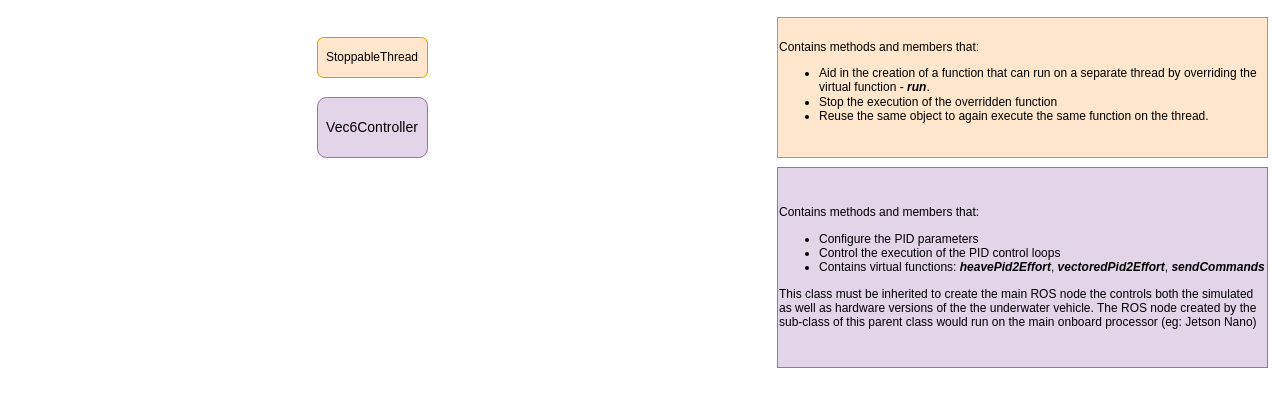
Earlier version of the draw.io diagram docs/uwv-simulator-structure.drawio (auvsociety/uwv-simulator). Source tidied: cells renumbered, new cells numbered last; positions are measured from the earlier drawing's top-left corner, leaving out a move shared by most shapes. Both pictures are drawn from the tidied source at 100%, with x=0, y=0 at pixel (317, 17).
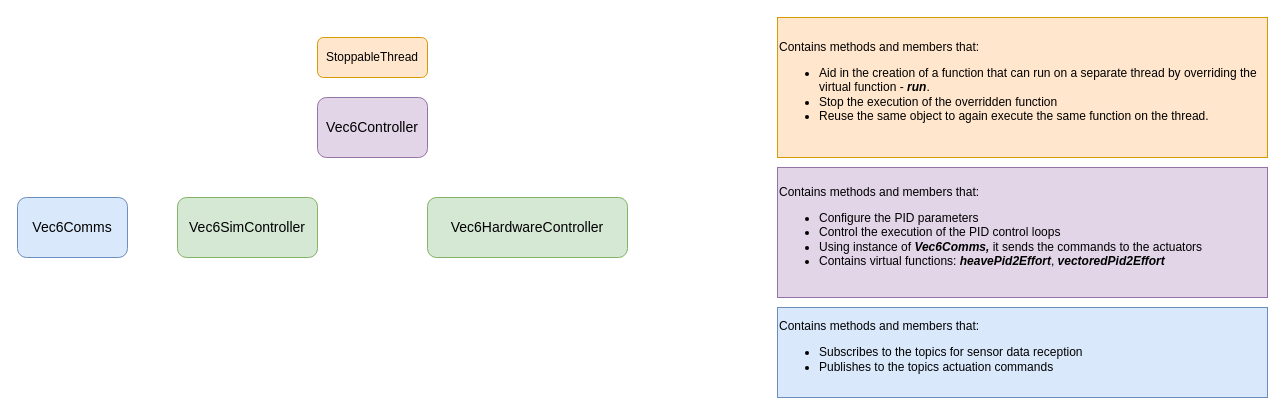
Above is the later version.

Commit message:
Updated vec6 class structure in docs

The source files are not updated with the new class structure yet.

What changed in the source:
```diff
@@
 <mxGraphModel>
   <root>
     <mxCell id="0" />
     <mxCell id="1" parent="0" />
     <mxCell id="2" value="StoppableThread" style="rounded=1;whiteSpace=wrap;html=1;fillColor=#ffe6cc;strokeColor=#d79b00;" parent="1" vertex="1">
       <mxGeometry y="20" width="110" height="40" as="geometry" />
     </mxCell>
     <mxCell id="3" value="&lt;font style=&quot;font-size: 14px&quot;&gt;Vec6Controller&lt;/font&gt;" style="rounded=1;whiteSpace=wrap;html=1;fillColor=#e1d5e7;strokeColor=#9673a6;" parent="1" vertex="1">
       <mxGeometry y="80" width="110" height="60" as="geometry" />
     </mxCell>
-    <mxCell id="4" value="Contains methods and members that:&lt;br&gt;&lt;ul&gt;&lt;li&gt;Configure the PID parameters&lt;/li&gt;&lt;li&gt;Control the execution of the PID control loops&lt;/li&gt;&lt;li&gt;Contains virtual functions: &lt;i style=&quot;font-weight: bold&quot;&gt;heavePid2Effort&lt;/i&gt;, &lt;i style=&quot;font-weight: bold&quot;&gt;vectoredPid2Effort&lt;/i&gt;, &lt;b&gt;&lt;i&gt;sendCommands&lt;/i&gt;&lt;/b&gt;&lt;/li&gt;&lt;/ul&gt;&lt;div&gt;This class must be inherited to create the main ROS node the controls both the simulated as well as hardware versions of the the underwater vehicle. The ROS node created by the sub-class of this parent class would run on the main onboard processor (eg: Jetson Nano)&lt;/div&gt;" style="rounded=0;whiteSpace=wrap;html=1;fillColor=#e1d5e7;strokeColor=#9673a6;align=left;" parent="1" vertex="1">
-      <mxGeometry x="460" y="150" width="490" height="200" as="geometry" />
+    <mxCell id="4" value="Contains methods and members that:&lt;br&gt;&lt;ul&gt;&lt;li&gt;Configure the PID parameters&lt;/li&gt;&lt;li&gt;Control the execution of the PID control loops&lt;/li&gt;&lt;li&gt;Using instance of&amp;nbsp;&lt;i style=&quot;font-weight: bold&quot;&gt;Vec6Comms, &lt;/i&gt;it&amp;nbsp;sends the commands to the actuators&lt;/li&gt;&lt;li&gt;Contains virtual functions: &lt;i style=&quot;font-weight: bold&quot;&gt;heavePid2Effort&lt;/i&gt;, &lt;i style=&quot;font-weight: bold&quot;&gt;vectoredPid2Effort&lt;/i&gt;&lt;/li&gt;&lt;/ul&gt;" style="rounded=0;whiteSpace=wrap;html=1;fillColor=#e1d5e7;strokeColor=#9673a6;align=left;" parent="1" vertex="1">
+      <mxGeometry x="460" y="150" width="490" height="130" as="geometry" />
     </mxCell>
     <mxCell id="5" value="Contains methods and members that:&lt;br&gt;&lt;ul&gt;&lt;li&gt;Aid in the creation of a function that can run on a separate thread by overriding the virtual function - &lt;i style=&quot;font-weight: bold&quot;&gt;run&lt;/i&gt;.&lt;/li&gt;&lt;li&gt;Stop the execution of the overridden function&lt;/li&gt;&lt;li&gt;Reuse the same object to again execute the same function on the thread.&lt;/li&gt;&lt;/ul&gt;" style="rounded=0;whiteSpace=wrap;html=1;fillColor=#ffe6cc;align=left;strokeColor=#d79b00;perimeterSpacing=2;" parent="1" vertex="1">
       <mxGeometry x="460" width="490" height="140" as="geometry" />
     </mxCell>
+    <mxCell id="6" value="&lt;font style=&quot;font-size: 14px&quot;&gt;Vec6Comms&lt;/font&gt;" style="rounded=1;whiteSpace=wrap;html=1;fillColor=#dae8fc;strokeColor=#6c8ebf;" parent="1" vertex="1">
+      <mxGeometry x="-300" y="180" width="110" height="60" as="geometry" />
+    </mxCell>
+    <mxCell id="7" value="Contains methods and members that:&lt;br&gt;&lt;ul&gt;&lt;li&gt;Subscribes to the topics for sensor data reception&lt;/li&gt;&lt;li&gt;Publishes to the topics actuation commands&lt;/li&gt;&lt;/ul&gt;" style="rounded=0;whiteSpace=wrap;html=1;fillColor=#dae8fc;strokeColor=#6c8ebf;align=left;" parent="1" vertex="1">
+      <mxGeometry x="460" y="290" width="490" height="90" as="geometry" />
+    </mxCell>
+    <mxCell id="8" value="&lt;font style=&quot;font-size: 14px&quot;&gt;Vec6HardwareController&lt;/font&gt;" style="rounded=1;whiteSpace=wrap;html=1;fillColor=#d5e8d4;strokeColor=#82b366;" parent="1" vertex="1">
+      <mxGeometry x="110" y="180" width="200" height="60" as="geometry" />
+    </mxCell>
+    <mxCell id="9" value="&lt;font style=&quot;font-size: 14px&quot;&gt;Vec6SimController&lt;/font&gt;" style="rounded=1;whiteSpace=wrap;html=1;fillColor=#d5e8d4;strokeColor=#82b366;" parent="1" vertex="1">
+      <mxGeometry x="-140" y="180" width="140" height="60" as="geometry" />
+    </mxCell>
   </root>
 </mxGraphModel>
```
